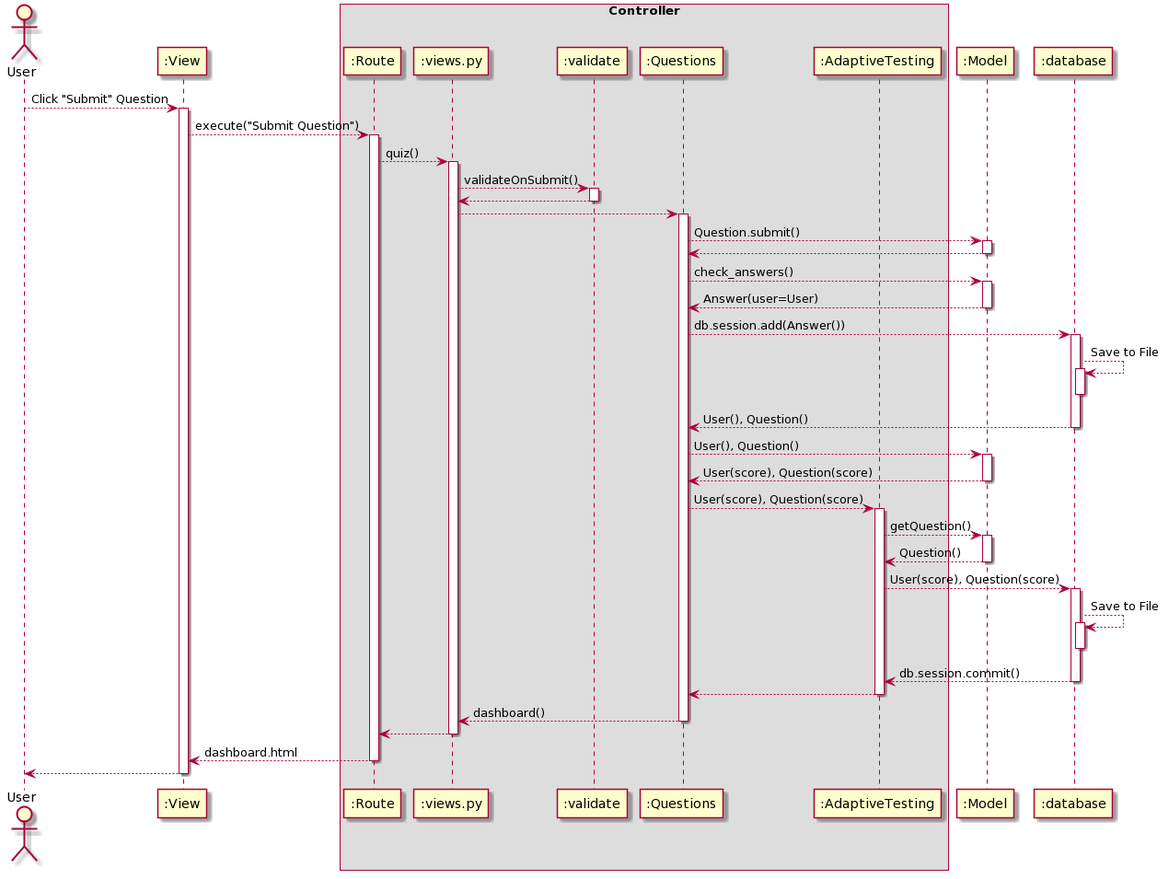
Orbital-Knewbie/Knewbie keeps this PlantUML diagram as docs/diagrams/QuizSequence.png. Above is the earlier version. Its diagram source:
```plantuml
@startuml
Actor User as user
Participant ":View" as view
box Controller
participant ":Route" as Route
participant ":views.py" as views
participant ":validate" as validate
participant ":Questions" as qns
participant ":AdaptiveTesting" as ML
end box
Participant ":Model" as model
Participant ":database" as database


user --> view : Click "Submit" Question
activate view

view --> Route : execute("Submit Question")
activate Route

Route --> views : quiz()
activate views

views --> validate : validateOnSubmit()
activate validate

validate --> views
deactivate validate

views --> qns
activate qns

qns --> model : Question.submit()
activate model

model --> qns
deactivate model

qns --> model : check_answers()
activate model

model --> qns : Answer(user=User)
deactivate model

qns --> database : db.session.add(Answer())
activate database

database --> database : Save to File
activate database
deactivate database

database --> qns : User(), Question()
deactivate database

qns --> model : User(), Question()
activate model

model --> qns : User(score), Question(score)
deactivate model

qns --> ML : User(score), Question(score)
activate ML

ML --> model : getQuestion()
activate model

model --> ML : Question()
deactivate model

ML --> database : User(score), Question(score)
activate database

database --> database : Save to File
activate database
deactivate database

database --> ML : db.session.commit()
deactivate database

ML --> qns
deactivate ML

qns --> views : dashboard()
deactivate qns

views --> Route
deactivate views

Route --> view : dashboard.html
deactivate Route

view --> user
deactivate view
@enduml
```
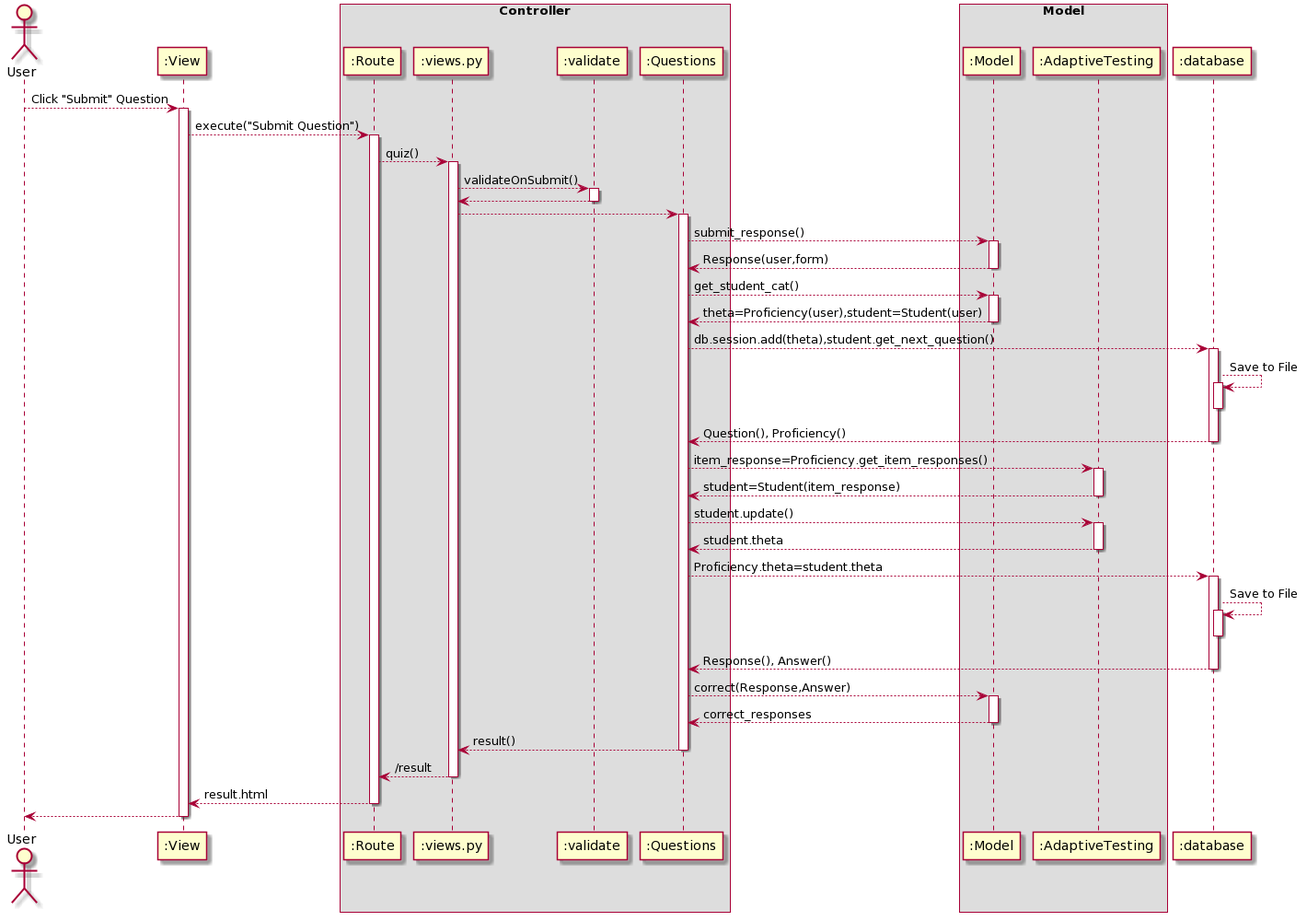
After the commit.

The edit, as a diff of the source:
```diff
@@ -6,9 +6,11 @@
 participant ":views.py" as views
 participant ":validate" as validate
 participant ":Questions" as qns
+end box
+box Model
+Participant ":Model" as model
 participant ":AdaptiveTesting" as ML
 end box
-Participant ":Model" as model
 Participant ":database" as database
 
 
@@ -30,63 +32,63 @@
 views --> qns
 activate qns
 
-qns --> model : Question.submit()
+qns --> model : submit_response()
 activate model
 
-model --> qns
+model --> qns : Response(user,form)
 deactivate model
 
-qns --> model : check_answers()
+qns --> model : get_student_cat()
 activate model
 
-model --> qns : Answer(user=User)
+model --> qns : theta=Proficiency(user),student=Student(user)
 deactivate model
 
-qns --> database : db.session.add(Answer())
+qns --> database : db.session.add(theta),student.get_next_question()
 activate database
 
 database --> database : Save to File
 activate database
 deactivate database
 
-database --> qns : User(), Question()
+database --> qns : Question(), Proficiency()
 deactivate database
 
-qns --> model : User(), Question()
-activate model
-
-model --> qns : User(score), Question(score)
-deactivate model
-
-qns --> ML : User(score), Question(score)
+qns --> ML : item_response=Proficiency.get_item_responses()
 activate ML
 
-ML --> model : getQuestion()
-activate model
+ML --> qns : student=Student(item_response)
+deactivate ML
 
-model --> ML : Question()
-deactivate model
+qns --> ML : student.update()
+activate ML
 
-ML --> database : User(score), Question(score)
+ML --> qns : student.theta
+deactivate ML
+
+qns --> database : Proficiency.theta=student.theta
 activate database
 
 database --> database : Save to File
 activate database
 deactivate database
 
-database --> ML : db.session.commit()
+database --> qns : Response(), Answer()
 deactivate database
 
-ML --> qns
-deactivate ML
+qns --> model : correct(Response,Answer)
+activate model
 
-qns --> views : dashboard()
+model --> qns : correct_responses
+deactivate model
+
+qns --> views : result()
 deactivate qns
 
-views --> Route
+views --> Route : /result
 deactivate views
 
-Route --> view : dashboard.html
+Route --> view : result.html
 deactivate Route
 
 view --> user
```
